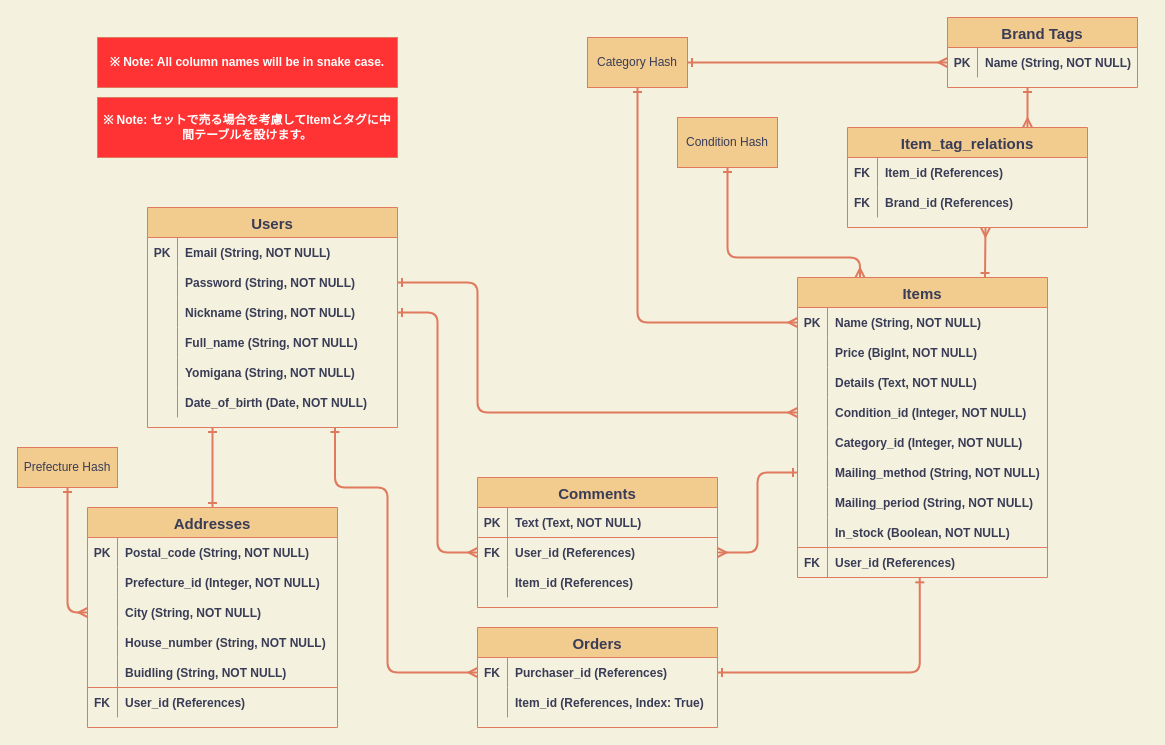
Above: ER.drawio in FM-HXR/furima-34588 (draw.io), before the change. Source tidied: cells renumbered, new cells numbered last; positions are measured from the earlier drawing's top-left corner, leaving out a move shared by most shapes. Both pictures are drawn from the tidied source at 100%, with x=0, y=0 at pixel (17, 17).
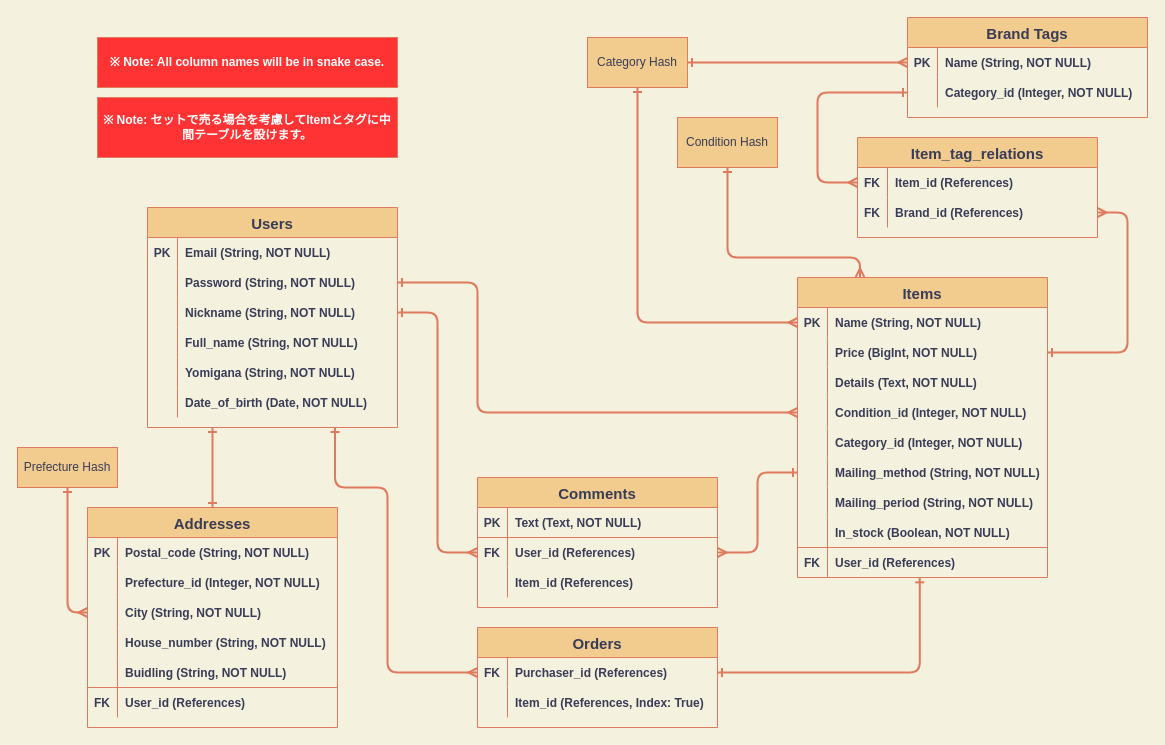
Above is the later version.

Commit message (it also covers changes not shown here):
Entity Relations 2

Tables added in readme
ER diagram updated

The change refers to these unchanged cells:
```xml
<mxCell id="24" value="Items" style="shape=table;startSize=30;childLayout=tableLayout;rowLines=0;fontStyle=1;align=center;fontSize=15;fillColor=#F2CC8F;strokeColor=#E07A5F;fontColor=#393C56;" parent="19" vertex="1">
  <mxGeometry x="780" y="260" width="250" height="300" as="geometry" />
</mxCell>
<mxCell id="28" style="shape=partialRectangle;fillColor=none;top=0;left=0;bottom=1;right=0;points=[[0,0.5],[1,0.5]];portConstraint=eastwest;strokeColor=none;fontColor=#393C56;" parent="24" vertex="1">
  <mxGeometry y="60" width="250" height="30" as="geometry" />
</mxCell>
<mxCell id="101" style="shape=partialRectangle;fillColor=none;top=0;left=0;bottom=1;right=0;points=[[0,0.5],[1,0.5]];portConstraint=eastwest;strokeColor=none;fontColor=#393C56;" parent="100" vertex="1">
  <mxGeometry y="30" width="240" height="30" as="geometry" />
</mxCell>
<mxCell id="104" style="shape=partialRectangle;fillColor=none;top=0;left=0;bottom=1;right=0;points=[[0,0.5],[1,0.5]];portConstraint=eastwest;strokeColor=none;fontColor=#393C56;" parent="100" vertex="1">
  <mxGeometry y="60" width="240" height="30" as="geometry" />
</mxCell>
```

The edit, as a diff of the source:
```diff
@@
-    <mxCell id="11" style="fontSize=12;html=1;endArrow=ERmany;strokeColor=#E07A5F;strokeWidth=2;fillColor=#F2CC8F;entryX=0.75;entryY=0;entryDx=0;entryDy=0;startArrow=ERone;startFill=0;" parent="1" edge="1" target="100">
-      <mxGeometry relative="1" as="geometry">
-        <mxPoint x="1010" y="70" as="sourcePoint" />
-      </mxGeometry>
-    </mxCell>
-    <mxCell id="12" style="fontSize=12;html=1;endArrow=ERmany;strokeColor=#E07A5F;strokeWidth=2;fillColor=#F2CC8F;startArrow=ERone;startFill=0;exitX=0.75;exitY=0;exitDx=0;exitDy=0;" parent="1" edge="1" source="24">
-      <mxGeometry relative="1" as="geometry">
-        <mxPoint x="968" y="210" as="targetPoint" />
-      </mxGeometry>
-    </mxCell>
@@
+    <mxCell id="114" style="edgeStyle=orthogonalEdgeStyle;fontSize=12;html=1;endArrow=ERmany;strokeColor=#E07A5F;fillColor=#F2CC8F;exitX=0;exitY=0.5;exitDx=0;exitDy=0;strokeWidth=2;startArrow=ERone;startFill=0;endFill=0;entryX=0;entryY=0.5;entryDx=0;entryDy=0;" parent="1" edge="1" source="116" target="101">
+      <mxGeometry relative="1" as="geometry">
+        <Array as="points">
+          <mxPoint x="800" y="75" />
+          <mxPoint x="800" y="165" />
+        </Array>
+      </mxGeometry>
+    </mxCell>
+    <mxCell id="115" style="edgeStyle=orthogonalEdgeStyle;fontSize=12;html=1;endArrow=ERone;strokeColor=#E07A5F;fillColor=#F2CC8F;exitX=1;exitY=0.5;exitDx=0;exitDy=0;strokeWidth=2;startArrow=ERmany;startFill=0;endFill=0;entryX=1;entryY=0.5;entryDx=0;entryDy=0;" parent="1" edge="1" source="104" target="28">
+      <mxGeometry relative="1" as="geometry">
+        <Array as="points">
+          <mxPoint x="1110" y="195" />
+          <mxPoint x="1110" y="335" />
+        </Array>
+      </mxGeometry>
+    </mxCell>
@@
     <mxCell id="20" value="Brand Tags" style="shape=table;startSize=30;childLayout=tableLayout;rowLines=0;fontStyle=1;align=center;fontSize=15;fillColor=#F2CC8F;strokeColor=#E07A5F;fontColor=#393C56;" parent="19" vertex="1">
-      <mxGeometry x="930" width="190" height="70" as="geometry" />
+      <mxGeometry x="890" width="240" height="100" as="geometry" />
     </mxCell>
     <mxCell id="21" style="shape=partialRectangle;fillColor=none;top=0;left=0;bottom=1;right=0;points=[[0,0.5],[1,0.5]];portConstraint=eastwest;strokeColor=none;fontColor=#393C56;" parent="20" vertex="1">
-      <mxGeometry y="30" width="190" height="30" as="geometry" />
+      <mxGeometry y="30" width="240" height="30" as="geometry" />
     </mxCell>
@@
     <mxCell id="23" value="Name (String, NOT NULL)" style="shape=partialRectangle;fillColor=none;top=0;left=0;bottom=0;right=0;align=left;spacingLeft=6;fontStyle=1;overflow=hidden;strokeColor=#E07A5F;fontColor=#393C56;" parent="21" vertex="1">
-      <mxGeometry x="30" width="160" height="30" as="geometry" />
+      <mxGeometry x="30" width="210" height="30" as="geometry" />
     </mxCell>
+    <mxCell id="116" style="shape=partialRectangle;fillColor=none;top=0;left=0;bottom=1;right=0;points=[[0,0.5],[1,0.5]];portConstraint=eastwest;strokeColor=none;fontColor=#393C56;" parent="20" vertex="1">
+      <mxGeometry y="60" width="240" height="30" as="geometry" />
+    </mxCell>
+    <mxCell id="117" style="shape=partialRectangle;fillColor=none;top=0;left=0;bottom=0;right=0;fontStyle=1;overflow=hidden;strokeColor=#E07A5F;fontColor=#393C56;" parent="116" vertex="1">
+      <mxGeometry width="30" height="30" as="geometry" />
+    </mxCell>
+    <mxCell id="118" value="Category_id (Integer, NOT NULL)" style="shape=partialRectangle;fillColor=none;top=0;left=0;bottom=0;right=0;align=left;spacingLeft=6;fontStyle=1;overflow=hidden;strokeColor=#E07A5F;fontColor=#393C56;" parent="116" vertex="1">
+      <mxGeometry x="30" width="210" height="30" as="geometry" />
+    </mxCell>
@@
     <mxCell id="100" value="Item_tag_relations" style="shape=table;startSize=30;childLayout=tableLayout;rowLines=0;fontStyle=1;align=center;fontSize=15;fillColor=#F2CC8F;strokeColor=#E07A5F;fontColor=#393C56;" parent="19" vertex="1">
-      <mxGeometry x="830" y="110" width="240" height="100" as="geometry" />
+      <mxGeometry x="840" y="120" width="240" height="100" as="geometry" />
     </mxCell>
```
